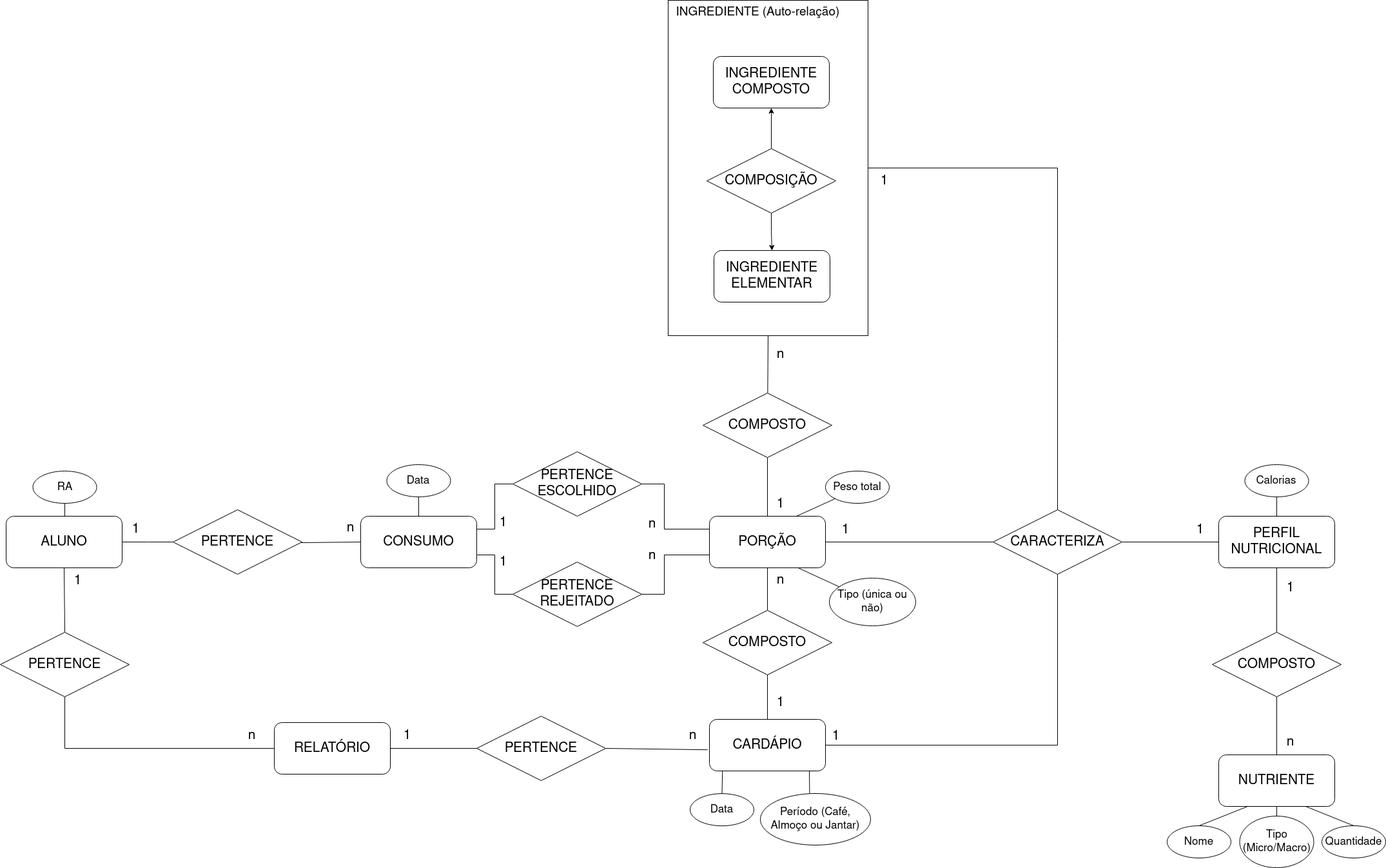
Above: lab02/images/ER-lab02.png in VLV-subgrupo/labs (draw.io), before the change. Source tidied: cells renumbered, new cells last; positions are measured from the earlier drawing's top-left corner, leaving out a move shared by most shapes.
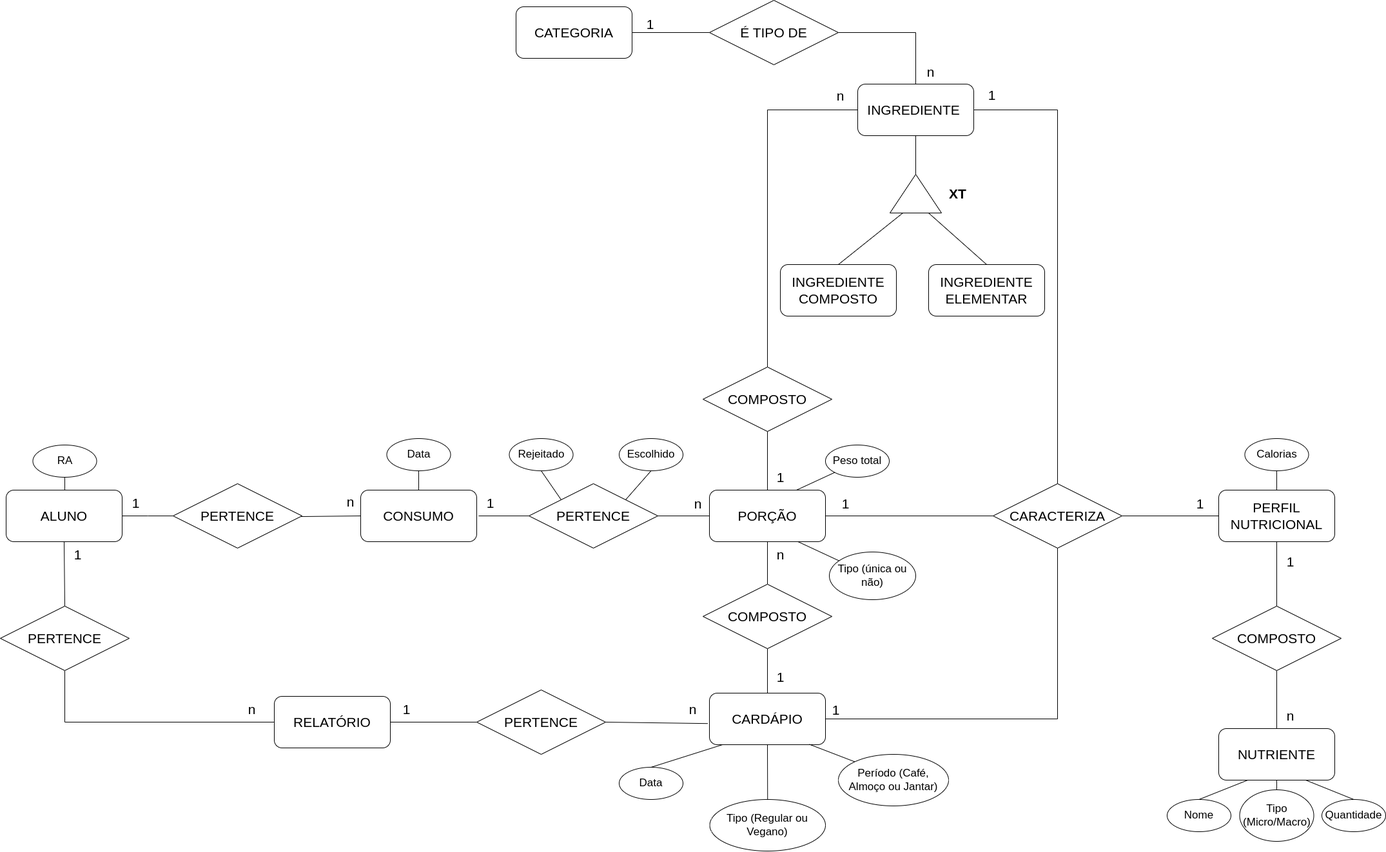
Later version of the same file.

Commit message:
atualização UML e ER

The edit, as a diff of the source:
```diff
@@ -2,17 +2,6 @@
   <root>
     <mxCell id="0" />
     <mxCell id="1" parent="0" />
-    <mxCell id="2" style="edgeStyle=orthogonalEdgeStyle;rounded=0;jettySize=auto;html=1;exitX=1;exitY=0.5;exitDx=0;exitDy=0;entryX=0.5;entryY=0;entryDx=0;entryDy=0;endArrow=none;endFill=0;fontSize=21;" parent="1" edge="1" source="4" target="32">
-      <mxGeometry relative="1" as="geometry" />
-    </mxCell>
-    <mxCell id="3" value="1" style="edgeLabel;html=1;align=center;verticalAlign=middle;fontSize=21;" parent="2" vertex="1">
-      <mxGeometry x="0.32" y="-3" relative="1" as="geometry">
-        <mxPoint x="-267" y="-230" as="offset" />
-      </mxGeometry>
-    </mxCell>
-    <mxCell id="4" value="&lt;div style=&quot;font-size: 20px;&quot; align=&quot;left&quot;&gt;&lt;font style=&quot;font-size: 19px;&quot;&gt;&amp;nbsp; INGREDIENTE (Auto-relação)&lt;/font&gt;&lt;/div&gt;" style="whiteSpace=wrap;html=1;fillColor=none;strokeWidth=1;fontSize=21;align=left;verticalAlign=top;" parent="1" vertex="1">
-      <mxGeometry x="1036" width="310" height="520" as="geometry" />
-    </mxCell>
     <mxCell id="5" value="RELATÓRIO" style="rounded=1;whiteSpace=wrap;html=1;horizontal=1;fontSize=21;" parent="1" vertex="1">
       <mxGeometry x="425" y="1120" width="180" height="80" as="geometry" />
     </mxCell>
@@ -28,7 +17,7 @@
       <mxGeometry x="1100" y="1115" width="180" height="80" as="geometry" />
     </mxCell>
     <mxCell id="9" value="INGREDIENTE COMPOSTO" style="rounded=1;whiteSpace=wrap;html=1;fontSize=21;horizontal=1;" parent="1" vertex="1">
-      <mxGeometry x="1106" y="87" width="180" height="80" as="geometry" />
+      <mxGeometry x="1210" y="450" width="180" height="80" as="geometry" />
     </mxCell>
     <mxCell id="10" value="NUTRIENTE" style="rounded=1;whiteSpace=wrap;html=1;fontSize=21;horizontal=1;" parent="1" vertex="1">
       <mxGeometry x="1890" y="1170" width="180" height="80" as="geometry" />
@@ -73,21 +62,12 @@
     <mxCell id="22" value="&lt;font style=&quot;font-size: 21px;&quot;&gt;1&lt;/font&gt;" style="rounded=0;jettySize=auto;html=1;endArrow=none;endFill=0;entryX=0.5;entryY=0;entryDx=0;entryDy=0;exitX=0.5;exitY=1;exitDx=0;exitDy=0;horizontal=1;fontSize=21;" parent="1" edge="1" source="21" target="8">
       <mxGeometry x="0.28" y="20" relative="1" as="geometry" />
     </mxCell>
-    <mxCell id="23" style="edgeStyle=orthogonalEdgeStyle;rounded=0;jettySize=auto;html=1;exitX=0.5;exitY=1;exitDx=0;exitDy=0;fontSize=21;" parent="1" edge="1" source="25" target="26">
-      <mxGeometry relative="1" as="geometry" />
-    </mxCell>
-    <mxCell id="24" style="edgeStyle=orthogonalEdgeStyle;rounded=0;jettySize=auto;html=1;exitX=0.5;exitY=0;exitDx=0;exitDy=0;fontSize=21;" parent="1" edge="1" source="25" target="9">
-      <mxGeometry relative="1" as="geometry" />
-    </mxCell>
-    <mxCell id="25" value="COMPOSIÇÃO" style="rhombus;whiteSpace=wrap;html=1;fontSize=21;horizontal=1;" parent="1" vertex="1">
-      <mxGeometry x="1096" y="230" width="200" height="100" as="geometry" />
-    </mxCell>
     <mxCell id="26" value="INGREDIENTE ELEMENTAR" style="rounded=1;whiteSpace=wrap;html=1;fontSize=21;horizontal=1;" parent="1" vertex="1">
-      <mxGeometry x="1107" y="388" width="180" height="80" as="geometry" />
+      <mxGeometry x="1440" y="450" width="180" height="80" as="geometry" />
     </mxCell>
-    <mxCell id="27" value="&lt;font style=&quot;font-size: 21px;&quot;&gt;n&lt;/font&gt;" style="rounded=0;jettySize=auto;html=1;entryX=0.5;entryY=1;entryDx=0;entryDy=0;strokeWidth=1;endArrow=none;endFill=0;horizontal=1;fontSize=21;" parent="1" edge="1" source="28" target="4">
-      <mxGeometry x="0.33" y="-19" relative="1" as="geometry" />
-    </mxCell>
+    <mxCell id="72" style="edgeStyle=orthogonalEdgeStyle;rounded=0;jettySize=auto;html=1;exitX=0.5;exitY=0;exitDx=0;exitDy=0;entryX=0;entryY=0.5;entryDx=0;entryDy=0;endArrow=none;endFill=0;" parent="1" edge="1" source="28" target="79">
+      <mxGeometry relative="1" as="geometry" />
+    </mxCell>
     <mxCell id="28" value="COMPOSTO " style="rhombus;whiteSpace=wrap;html=1;fontSize=21;horizontal=1;" parent="1" vertex="1">
       <mxGeometry x="1090" y="609" width="200" height="100" as="geometry" />
     </mxCell>
@@ -102,6 +82,9 @@
         <mxPoint x="53" y="-22" as="offset" />
       </mxGeometry>
     </mxCell>
+    <mxCell id="73" style="edgeStyle=orthogonalEdgeStyle;rounded=0;jettySize=auto;html=1;exitX=0.5;exitY=0;exitDx=0;exitDy=0;entryX=1;entryY=0.5;entryDx=0;entryDy=0;endArrow=none;endFill=0;" parent="1" edge="1" source="32" target="79">
+      <mxGeometry relative="1" as="geometry" />
+    </mxCell>
     <mxCell id="32" value="CARACTERIZA" style="rhombus;whiteSpace=wrap;html=1;fontSize=21;horizontal=1;" parent="1" vertex="1">
       <mxGeometry x="1540" y="790" width="200" height="100" as="geometry" />
     </mxCell>
@@ -130,11 +113,14 @@
     <mxCell id="39" value="PERTENCE" style="rhombus;whiteSpace=wrap;html=1;horizontal=1;fontSize=21;" parent="1" vertex="1">
       <mxGeometry x="268" y="790" width="200" height="100" as="geometry" />
     </mxCell>
-    <mxCell id="40" value="&lt;font style=&quot;font-size: 21px;&quot;&gt;1&lt;/font&gt;" style="edgeStyle=orthogonalEdgeStyle;rounded=0;jettySize=auto;html=1;endArrow=none;endFill=0;horizontal=1;fontSize=21;entryX=1;entryY=0.25;entryDx=0;entryDy=0;" parent="1" edge="1" source="41" target="11">
-      <mxGeometry x="0.4" y="13" relative="1" as="geometry" />
+    <mxCell id="40" value="&lt;font style=&quot;font-size: 21px;&quot;&gt;1&lt;/font&gt;" style="edgeStyle=orthogonalEdgeStyle;rounded=0;orthogonalLoop=1;jettySize=auto;html=1;endArrow=none;endFill=0;horizontal=1;fontSize=21;entryX=1;entryY=0.5;entryDx=0;entryDy=0;" parent="1" edge="1">
+      <mxGeometry x="0.56" y="-20" relative="1" as="geometry">
+        <mxPoint x="823" y="840" as="sourcePoint" />
+        <mxPoint x="742" y="840" as="targetPoint" />
+      </mxGeometry>
     </mxCell>
-    <mxCell id="41" value="PERTENCE ESCOLHIDO" style="rhombus;whiteSpace=wrap;html=1;horizontal=1;fontSize=21;" parent="1" vertex="1">
-      <mxGeometry x="795" y="700" width="200" height="100" as="geometry" />
+    <mxCell id="41" value="PERTENCE" style="rhombus;whiteSpace=wrap;html=1;horizontal=1;fontSize=21;" parent="1" vertex="1">
+      <mxGeometry x="820" y="790" width="200" height="100" as="geometry" />
     </mxCell>
     <mxCell id="42" value="&lt;font style=&quot;font-size: 17px;&quot;&gt;RA&lt;/font&gt;" style="ellipse;whiteSpace=wrap;html=1;fontSize=17;" parent="1" vertex="1">
       <mxGeometry x="50.5" y="730" width="99" height="50" as="geometry" />
@@ -151,20 +137,18 @@
       <mxGeometry relative="1" as="geometry" />
     </mxCell>
     <mxCell id="46" value="&lt;font style=&quot;font-size: 17px;&quot;&gt;Data&lt;/font&gt;" style="ellipse;whiteSpace=wrap;html=1;fontSize=17;" parent="1" vertex="1">
-      <mxGeometry x="1070" y="1230.2" width="99" height="50" as="geometry" />
+      <mxGeometry x="960" y="1230" width="99" height="50" as="geometry" />
     </mxCell>
     <mxCell id="47" style="endArrow=none;html=1;rounded=0;exitX=0.5;exitY=0;exitDx=0;exitDy=0;entryX=0.168;entryY=0.998;entryDx=0;entryDy=0;entryPerimeter=0;" parent="1" edge="1" source="46">
       <mxGeometry relative="1" as="geometry">
         <mxPoint x="1120.2" y="1195" as="targetPoint" />
       </mxGeometry>
     </mxCell>
-    <mxCell id="48" style="endArrow=none;html=1;rounded=0;exitX=0.5;exitY=0;exitDx=0;exitDy=0;entryX=0.861;entryY=0.993;entryDx=0;entryDy=0;entryPerimeter=0;" parent="1" edge="1" target="8">
-      <mxGeometry relative="1" as="geometry">
-        <mxPoint x="1255.4" y="1230.2" as="sourcePoint" />
-      </mxGeometry>
+    <mxCell id="48" style="endArrow=none;html=1;rounded=0;exitX=0;exitY=0;exitDx=0;exitDy=0;entryX=0.861;entryY=0.993;entryDx=0;entryDy=0;entryPerimeter=0;" parent="1" edge="1" source="49" target="8">
+      <mxGeometry relative="1" as="geometry" />
     </mxCell>
     <mxCell id="49" value="&lt;span style=&quot;font-size: 17px;&quot;&gt;Período (Café, Almoço ou Jantar)&lt;/span&gt;" style="ellipse;whiteSpace=wrap;html=1;fontSize=17;" parent="1" vertex="1">
-      <mxGeometry x="1179" y="1230" width="171" height="80" as="geometry" />
+      <mxGeometry x="1300" y="1210" width="171" height="80" as="geometry" />
     </mxCell>
     <mxCell id="50" value="&lt;span style=&quot;font-size: 17px;&quot;&gt;Peso total&lt;/span&gt;" style="ellipse;whiteSpace=wrap;html=1;fontSize=17;" parent="1" vertex="1">
       <mxGeometry x="1280" y="730" width="99" height="50" as="geometry" />
@@ -218,37 +202,83 @@
     <mxCell id="65" style="endArrow=none;html=1;rounded=0;entryX=0.767;entryY=1.004;entryDx=0;entryDy=0;entryPerimeter=0;" parent="1" edge="1" source="64" target="15">
       <mxGeometry relative="1" as="geometry" />
     </mxCell>
-    <mxCell id="66" value="&lt;font style=&quot;font-size: 21px;&quot;&gt;1&lt;/font&gt;" style="edgeStyle=orthogonalEdgeStyle;rounded=0;jettySize=auto;html=1;endArrow=none;endFill=0;horizontal=1;fontSize=21;entryX=1;entryY=0.75;entryDx=0;entryDy=0;" parent="1" edge="1" source="67" target="11">
-      <mxGeometry x="0.35" y="-13" relative="1" as="geometry" />
-    </mxCell>
-    <mxCell id="67" value="PERTENCE REJEITADO" style="rhombus;whiteSpace=wrap;html=1;horizontal=1;fontSize=21;" parent="1" vertex="1">
-      <mxGeometry x="795" y="871" width="200" height="100" as="geometry" />
-    </mxCell>
-    <mxCell id="68" style="endArrow=none;html=1;rounded=0;exitX=0;exitY=0.25;exitDx=0;exitDy=0;entryX=1;entryY=0.5;entryDx=0;entryDy=0;" parent="1" edge="1" source="15" target="41">
-      <mxGeometry relative="1" as="geometry">
-        <Array as="points">
-          <mxPoint x="1030" y="820" />
-          <mxPoint x="1030" y="750" />
-        </Array>
-      </mxGeometry>
+    <mxCell id="68" style="endArrow=none;html=1;rounded=0;exitX=0;exitY=0.5;exitDx=0;exitDy=0;entryX=1;entryY=0.5;entryDx=0;entryDy=0;" parent="1" edge="1" source="15" target="41">
+      <mxGeometry relative="1" as="geometry" />
     </mxCell>
     <mxCell id="69" value="n" style="edgeLabel;html=1;align=center;verticalAlign=middle;fontSize=21;" parent="68" vertex="1">
       <mxGeometry x="0.26" y="-4" relative="1" as="geometry">
-        <mxPoint x="-24" y="31" as="offset" />
+        <mxPoint x="31" y="-16" as="offset" />
       </mxGeometry>
     </mxCell>
-    <mxCell id="70" style="endArrow=none;html=1;rounded=0;entryX=0;entryY=0.75;entryDx=0;entryDy=0;exitX=1;exitY=0.5;exitDx=0;exitDy=0;" parent="1" edge="1" source="67" target="15">
-      <mxGeometry relative="1" as="geometry">
-        <Array as="points">
-          <mxPoint x="1030" y="921" />
-          <mxPoint x="1030" y="860" />
-        </Array>
-      </mxGeometry>
-    </mxCell>
-    <mxCell id="71" value="&lt;font style=&quot;font-size: 21px;&quot;&gt;n&lt;/font&gt;" style="edgeLabel;html=1;align=center;verticalAlign=middle;" parent="70" vertex="1">
-      <mxGeometry x="0.35" relative="1" as="geometry">
-        <mxPoint x="-36" as="offset" />
-      </mxGeometry>
-    </mxCell>
+    <mxCell id="74" style="rounded=0;jettySize=auto;html=1;exitX=0;exitY=0.25;exitDx=0;exitDy=0;endArrow=none;endFill=0;" parent="1" edge="1" source="77">
+      <mxGeometry relative="1" as="geometry">
+        <mxPoint x="1300" y="450" as="targetPoint" />
+      </mxGeometry>
+    </mxCell>
+    <mxCell id="75" style="rounded=0;jettySize=auto;html=1;exitX=0;exitY=0.75;exitDx=0;exitDy=0;entryX=0.5;entryY=0;entryDx=0;entryDy=0;endArrow=none;endFill=0;" parent="1" edge="1" source="77" target="26">
+      <mxGeometry relative="1" as="geometry" />
+    </mxCell>
+    <mxCell id="76" style="rounded=0;jettySize=auto;html=1;exitX=1;exitY=0.5;exitDx=0;exitDy=0;entryX=0.5;entryY=1;entryDx=0;entryDy=0;endArrow=none;endFill=0;" parent="1" edge="1" source="77" target="79">
+      <mxGeometry relative="1" as="geometry" />
+    </mxCell>
+    <mxCell id="77" style="triangle;whiteSpace=wrap;html=1;rotation=-90;direction=east;" parent="1" vertex="1">
+      <mxGeometry x="1390" y="300" width="60" height="80" as="geometry" />
+    </mxCell>
+    <mxCell id="78" value="&lt;font style=&quot;font-size: 21px;&quot;&gt;XT&lt;/font&gt;" style="text;html=1;align=center;verticalAlign=middle;strokeColor=none;fillColor=none;fontStyle=1;fontSize=21;" parent="1" vertex="1">
+      <mxGeometry x="1460" y="320" width="50" height="40" as="geometry" />
+    </mxCell>
+    <mxCell id="79" value="INGREDIENTE&amp;nbsp;" style="rounded=1;whiteSpace=wrap;html=1;fontSize=21;horizontal=1;" parent="1" vertex="1">
+      <mxGeometry x="1330" y="170" width="180" height="80" as="geometry" />
+    </mxCell>
+    <mxCell id="80" value="n" style="edgeLabel;html=1;align=center;verticalAlign=middle;fontSize=21;" parent="1" vertex="1">
+      <mxGeometry x="1020" y="827.4" as="geometry">
+        <mxPoint x="282" y="-640" as="offset" />
+      </mxGeometry>
+    </mxCell>
+    <mxCell id="81" value="1" style="edgeLabel;html=1;align=center;verticalAlign=middle;fontSize=21;" parent="1" vertex="1">
+      <mxGeometry x="1330" y="830" as="geometry">
+        <mxPoint x="207" y="-644" as="offset" />
+      </mxGeometry>
+    </mxCell>
+    <mxCell id="82" value="Escolhido" style="ellipse;whiteSpace=wrap;html=1;fontSize=17;" parent="1" vertex="1">
+      <mxGeometry x="960" y="720" width="99" height="50" as="geometry" />
+    </mxCell>
+    <mxCell id="83" value="Rejeitado" style="ellipse;whiteSpace=wrap;html=1;fontSize=17;" parent="1" vertex="1">
+      <mxGeometry x="789.5" y="720" width="99" height="50" as="geometry" />
+    </mxCell>
+    <mxCell id="84" style="endArrow=none;html=1;rounded=0;entryX=0;entryY=0;entryDx=0;entryDy=0;exitX=0.5;exitY=1;exitDx=0;exitDy=0;" parent="1" edge="1" source="83" target="41">
+      <mxGeometry relative="1" as="geometry" />
+    </mxCell>
+    <mxCell id="85" style="endArrow=none;html=1;rounded=0;entryX=1;entryY=0;entryDx=0;entryDy=0;exitX=0.5;exitY=1;exitDx=0;exitDy=0;" parent="1" edge="1" source="82" target="41">
+      <mxGeometry relative="1" as="geometry" />
+    </mxCell>
+    <mxCell id="86" value="CATEGORIA" style="rounded=1;whiteSpace=wrap;html=1;fontSize=21;horizontal=1;" parent="1" vertex="1">
+      <mxGeometry x="800" y="50" width="180" height="80" as="geometry" />
+    </mxCell>
+    <mxCell id="87" style="rounded=0;jettySize=auto;html=1;endArrow=none;endFill=0;entryX=0.5;entryY=0;entryDx=0;entryDy=0;horizontal=1;fontSize=21;exitX=0.5;exitY=1;exitDx=0;exitDy=0;" parent="1" edge="1" source="8" target="93">
+      <mxGeometry x="0.54" y="49" relative="1" as="geometry" />
+    </mxCell>
+    <mxCell id="88" style="edgeStyle=orthogonalEdgeStyle;rounded=0;jettySize=auto;html=1;entryX=0.5;entryY=0;entryDx=0;entryDy=0;endArrow=none;endFill=0;" parent="1" edge="1" source="90" target="79">
+      <mxGeometry relative="1" as="geometry" />
+    </mxCell>
+    <mxCell id="89" style="edgeStyle=orthogonalEdgeStyle;rounded=0;jettySize=auto;html=1;endArrow=none;endFill=0;" parent="1" edge="1" source="90" target="86">
+      <mxGeometry relative="1" as="geometry" />
+    </mxCell>
+    <mxCell id="90" value="É TIPO DE" style="rhombus;whiteSpace=wrap;html=1;horizontal=1;fontSize=21;" parent="1" vertex="1">
+      <mxGeometry x="1100" y="40" width="200" height="100" as="geometry" />
+    </mxCell>
+    <mxCell id="91" value="n" style="edgeLabel;html=1;align=center;verticalAlign=middle;fontSize=21;" parent="1" vertex="1">
+      <mxGeometry x="1160" y="790" as="geometry">
+        <mxPoint x="282" y="-640" as="offset" />
+      </mxGeometry>
+    </mxCell>
+    <mxCell id="92" value="1" style="edgeLabel;html=1;align=center;verticalAlign=middle;fontSize=21;" parent="1" vertex="1">
+      <mxGeometry x="800" y="720" as="geometry">
+        <mxPoint x="207" y="-644" as="offset" />
+      </mxGeometry>
+    </mxCell>
+    <mxCell id="93" value="&lt;font style=&quot;font-size: 17px;&quot;&gt;Tipo (Regular ou Vegano)&lt;/font&gt;" style="ellipse;whiteSpace=wrap;html=1;fontSize=17;" parent="1" vertex="1">
+      <mxGeometry x="1100.5" y="1280" width="179.5" height="80" as="geometry" />
+    </mxCell>
   </root>
 </mxGraphModel>
```
